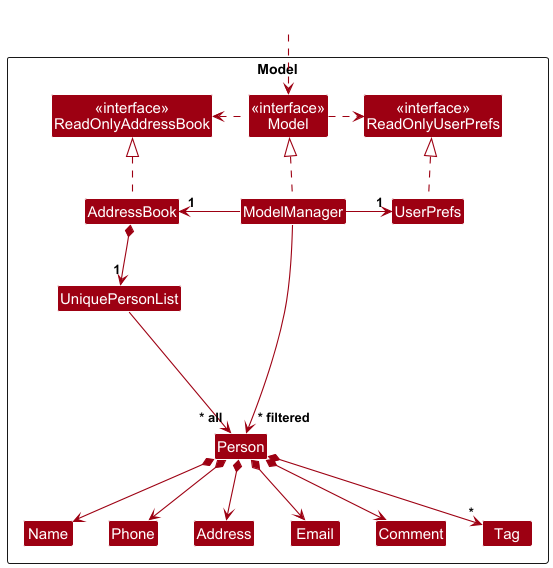
nus-cs2103-AY2425S1/tp keeps this PlantUML diagram as docs/images/ModelClassDiagram.png. Above is the earlier version.
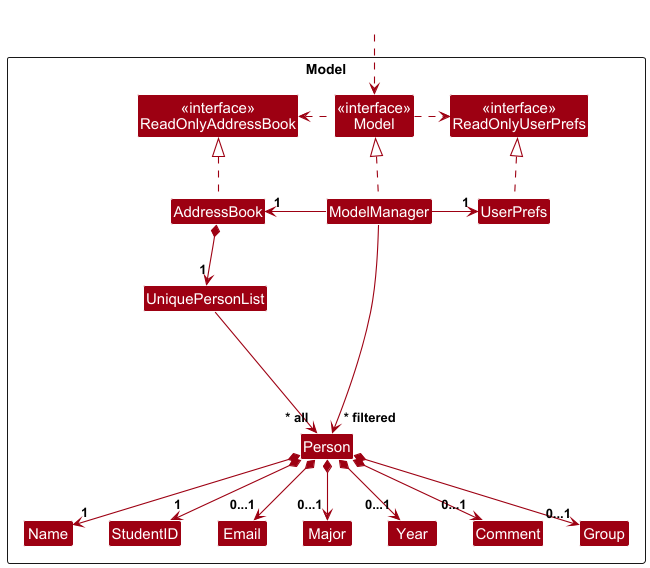
The same diagram one commit later.

Commit message:
Update UML diagrams for DG

What changed in the source:
```diff
@@ -14,12 +14,13 @@
 
 Class UniquePersonList
 Class Person
-Class Address
+Class Major
 Class Email
 Class Name
-Class Phone
+Class StudentID
 Class Comment
-Class Tag
+Class Year
+Class Group
 
 Class I #FFFFFF
 }
@@ -38,19 +39,21 @@
 
 AddressBook *--> "1" UniquePersonList
 UniquePersonList --> "~* all" Person
-Person *--> Name
-Person *--> Phone
-Person *--> Email
-Person *--> Address
-Person *--> Comment
-Person *--> "*" Tag
+Person *--> "1" Name
+Person *--> "1" StudentID
+Person *--> "0...1" Email
+Person *--> "0...1" Major
+Person *--> "0...1" Comment
+Person *--> "0...1" Year
+Person *--> "0...1" Group
 
 Person -[hidden]up--> I
 UniquePersonList -[hidden]right-> I
 
-Name -[hidden]right-> Phone
-Phone -[hidden]right-> Address
-Address -[hidden]right-> Email
+Name -[hidden]right-> StudentID
+StudentID -[hidden]right-> Email
+Email -[hidden]right-> Major
+Major -[hidden]right-> Year
 
 ModelManager --> "~* filtered" Person
 @enduml
```
